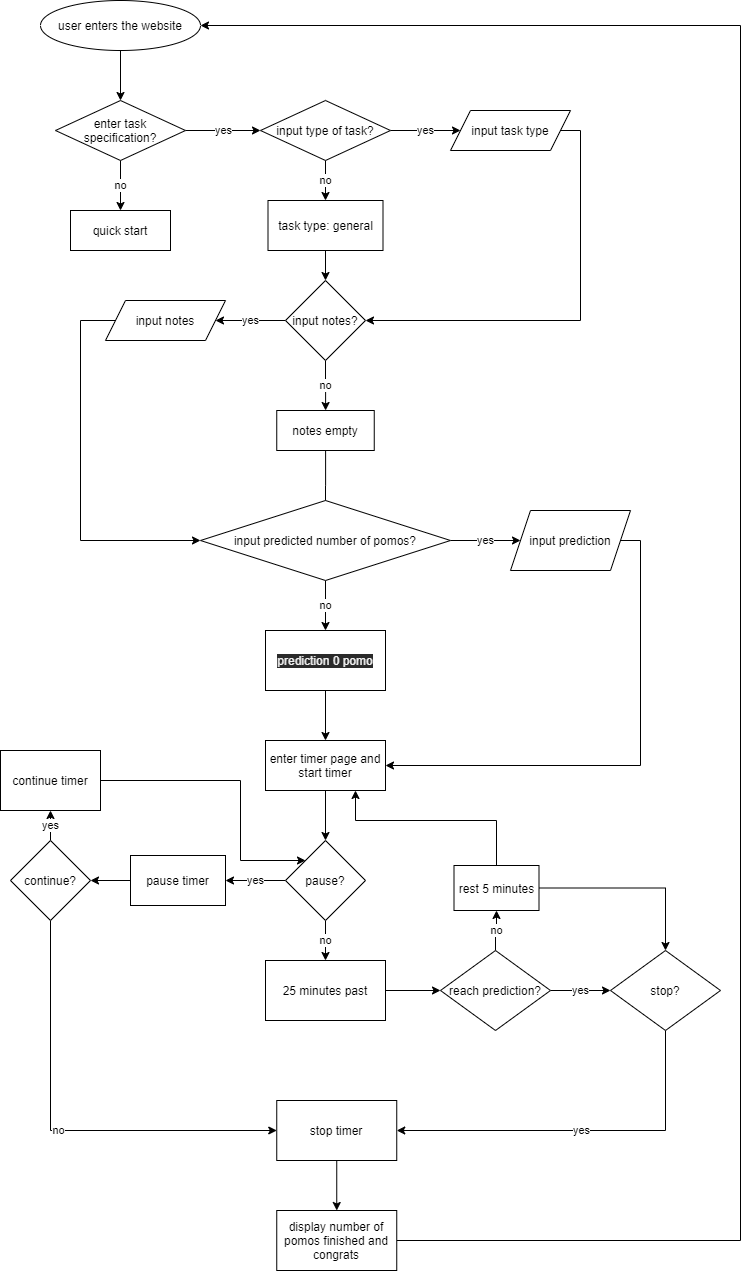
Before: specs/flowchart.drawio.png, a diagram exported from draw.io (JDS-Shirayuki/cse110-w21-group2). Source tidied: cells renumbered, new cells last; positions are measured from the earlier drawing's top-left corner, leaving out a move shared by most shapes.
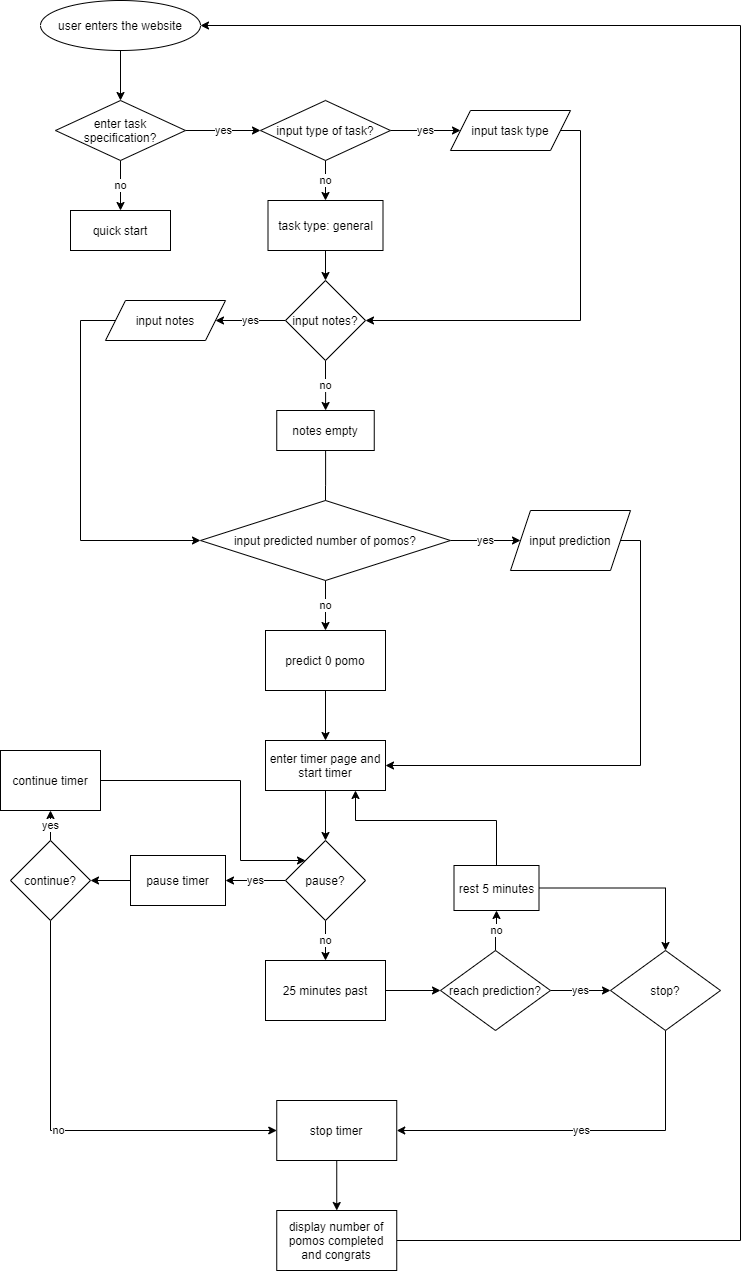
The same diagram one commit later.

Change to the diagram source:
```diff
@@ -90,7 +90,7 @@
     <mxCell id="25" style="edgeStyle=orthogonalEdgeStyle;rounded=0;jettySize=auto;html=1;" parent="1" edge="1" source="26" target="30">
       <mxGeometry relative="1" as="geometry" />
     </mxCell>
-    <mxCell id="26" value="&#10;&#10;&lt;span style=&quot;color: rgb(240, 240, 240); font-family: helvetica; font-size: 12px; font-style: normal; font-weight: 400; letter-spacing: normal; text-align: center; text-indent: 0px; text-transform: none; word-spacing: 0px; background-color: rgb(42, 42, 42); display: inline; float: none;&quot;&gt;prediction 0 pomo&lt;/span&gt;&#10;&#10;" style="rounded=0;whiteSpace=wrap;html=1;" parent="1" vertex="1">
+    <mxCell id="26" value="predict 0 pomo" style="rounded=0;whiteSpace=wrap;html=1;" parent="1" vertex="1">
       <mxGeometry x="265" y="630" width="120" height="60" as="geometry" />
     </mxCell>
     <mxCell id="27" style="edgeStyle=orthogonalEdgeStyle;rounded=0;jettySize=auto;html=1;entryX=1;entryY=0.5;entryDx=0;entryDy=0;" parent="1" edge="1" source="28" target="30">
@@ -204,7 +204,7 @@
         </Array>
       </mxGeometry>
     </mxCell>
-    <mxCell id="54" value="display number of pomos finished and congrats" style="whiteSpace=wrap;html=1;rounded=0;" parent="1" vertex="1">
+    <mxCell id="54" value="display number of pomos completed and congrats" style="whiteSpace=wrap;html=1;rounded=0;" parent="1" vertex="1">
       <mxGeometry x="276.2" y="1210" width="120" height="60" as="geometry" />
     </mxCell>
   </root>
```
